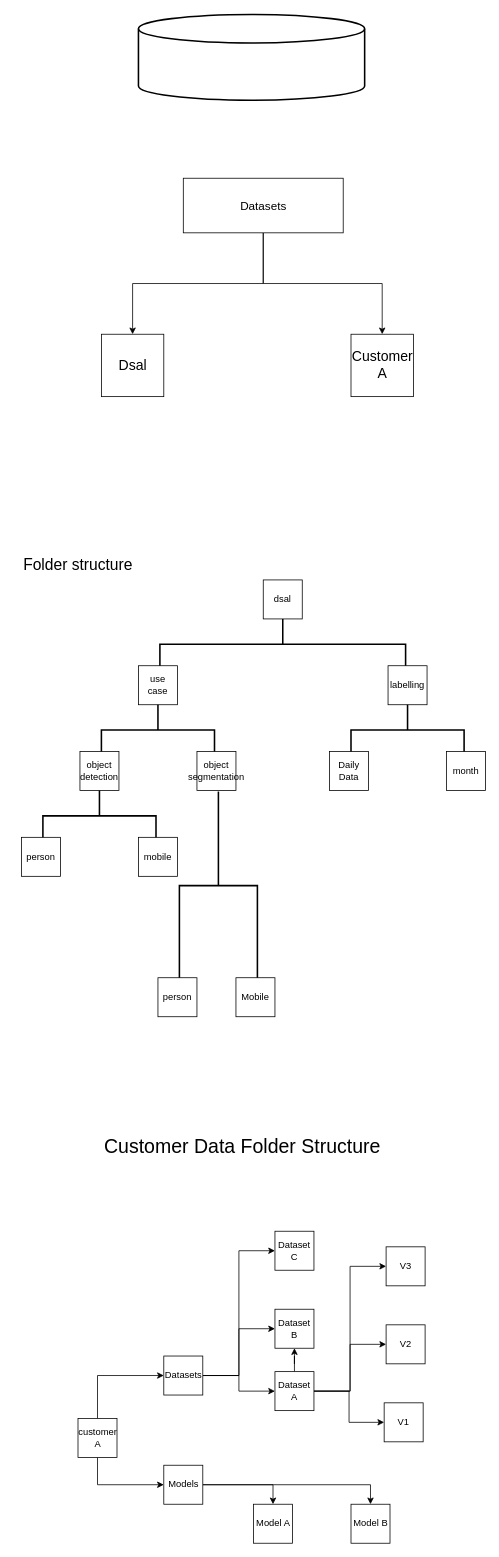
Before: page "Page-1" (1 of 3) of Untitled Diagram.drawio in sriram-dsl/clearml, a draw.io diagram. Source tidied: cells renumbered, new cells numbered last; positions are measured from the earlier drawing's top-left corner, leaving out a move shared by most shapes. Both pictures are drawn from the tidied source at 78%, with x=0, y=0 at pixel (13, 14).
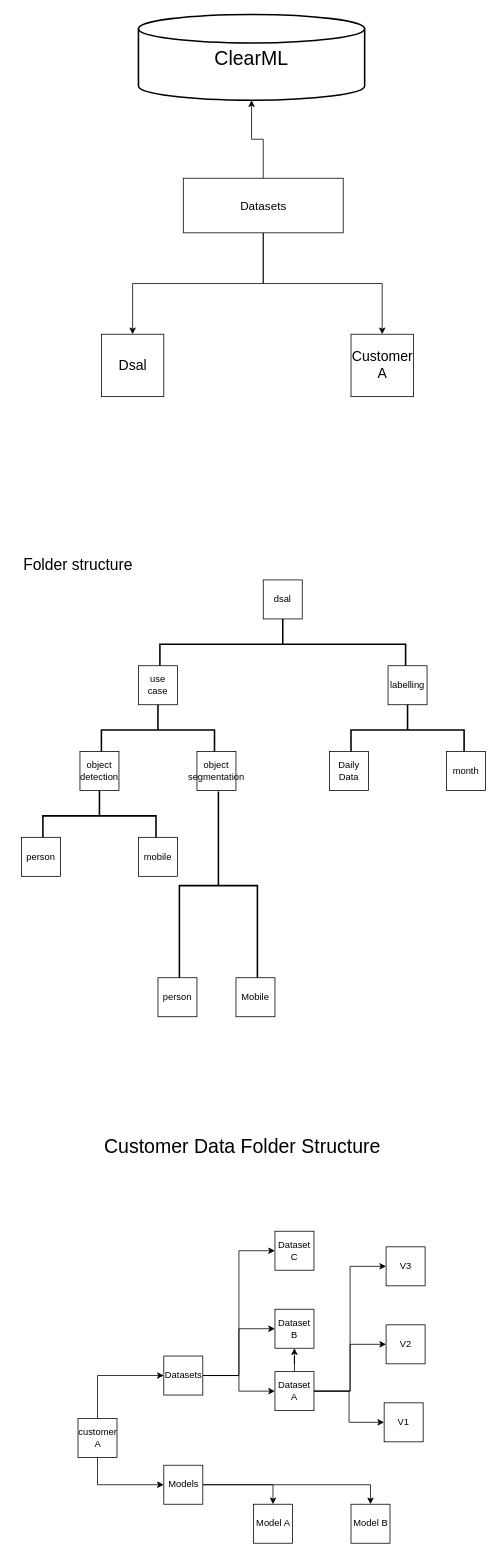
The same page after the edit.

Unchanged cells that the change refers to:
```xml
<mxCell id="45" value="Datasets&lt;br style=&quot;font-size: 15px;&quot;&gt;" style="rounded=0;whiteSpace=wrap;html=1;fontSize=15;" parent="1" vertex="1">
  <mxGeometry x="217.5" y="210" width="205" height="70" as="geometry" />
</mxCell>
```

Change to the diagram source:
```diff
@@
-    <mxCell id="42" style="strokeWidth=2;html=1;shape=mxgraph.flowchart.database;whiteSpace=wrap;" parent="1" vertex="1">
+    <mxCell id="42" value="&lt;font style=&quot;font-size: 25px;&quot;&gt;ClearML&lt;/font&gt;" style="strokeWidth=2;html=1;shape=mxgraph.flowchart.database;whiteSpace=wrap;" parent="1" vertex="1">
       <mxGeometry x="160" width="290" height="110" as="geometry" />
     </mxCell>
@@
+    <mxCell id="48" style="edgeStyle=orthogonalEdgeStyle;rounded=0;jettySize=auto;html=1;exitX=0.5;exitY=0;exitDx=0;exitDy=0;entryX=0.5;entryY=1;entryDx=0;entryDy=0;entryPerimeter=0;" parent="1" edge="1" source="45" target="42">
+      <mxGeometry relative="1" as="geometry" />
+    </mxCell>
```
